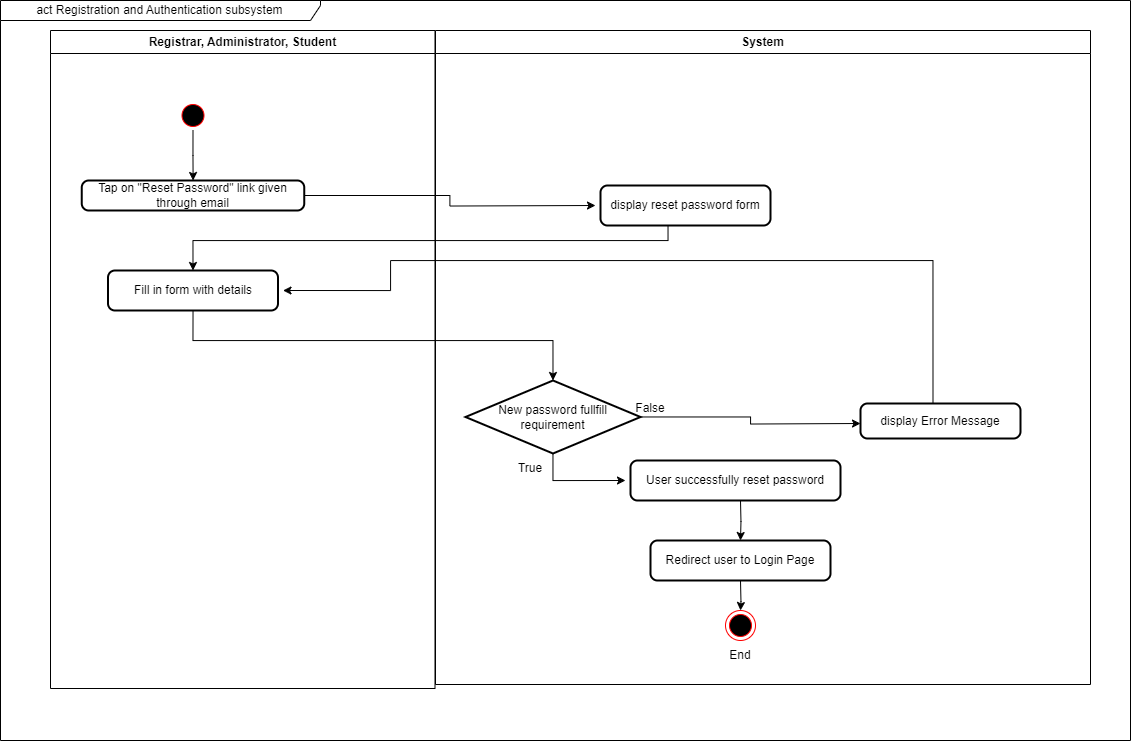
Above: project/drawio/Alpha/ActivityDiagramFileComplaint.drawio.png in drshahizan/software-engineering (draw.io), before the change. Source tidied: cells renumbered, new cells last; positions are measured from the earlier drawing's top-left corner, leaving out a move shared by most shapes.
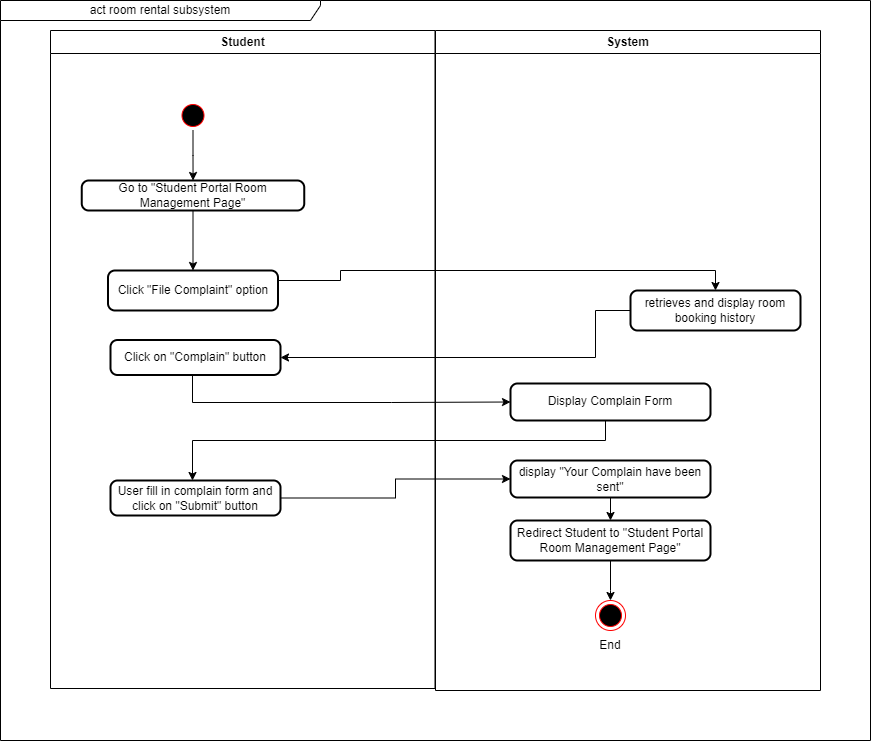
Later version of the same file.

Change to the diagram source:
```diff
@@ -2,112 +2,99 @@
   <root>
     <mxCell id="0" />
     <mxCell id="1" parent="0" />
-    <mxCell id="2" value="Registrar, Administrator, Student" style="swimlane;whiteSpace=wrap;startSize=23;" parent="1" vertex="1">
+    <mxCell id="2" value="Student" style="swimlane;whiteSpace=wrap;startSize=23;" parent="1" vertex="1">
       <mxGeometry x="50" y="30" width="384.5" height="658" as="geometry" />
     </mxCell>
     <mxCell id="3" style="ellipse;shape=startState;fillColor=#000000;strokeColor=#ff0000;" parent="2" vertex="1">
       <mxGeometry x="127.5" y="70" width="30" height="30" as="geometry" />
     </mxCell>
-    <mxCell id="4" style="edgeStyle=orthogonalEdgeStyle;rounded=0;jettySize=auto;html=1;entryX=0.5;entryY=0;entryDx=0;entryDy=0;entryPerimeter=0;" parent="2" edge="1" target="9">
-      <mxGeometry relative="1" as="geometry">
-        <mxPoint x="142.5" y="280" as="sourcePoint" />
-        <Array as="points">
-          <mxPoint x="143" y="310" />
-          <mxPoint x="503" y="310" />
-        </Array>
-      </mxGeometry>
-    </mxCell>
     <mxCell id="5" value="System" style="swimlane;whiteSpace=wrap;" parent="1" vertex="1">
-      <mxGeometry x="435" y="30" width="655" height="654" as="geometry" />
+      <mxGeometry x="435" y="30" width="385" height="660" as="geometry" />
     </mxCell>
     <mxCell id="6" style="ellipse;shape=endState;fillColor=#000000;strokeColor=#ff0000;" parent="5" vertex="1">
-      <mxGeometry x="290" y="580" width="30" height="30" as="geometry" />
+      <mxGeometry x="160" y="570" width="30" height="30" as="geometry" />
     </mxCell>
-    <mxCell id="7" style="edgeStyle=orthogonalEdgeStyle;rounded=0;jettySize=auto;html=1;" parent="5" edge="1" source="9">
-      <mxGeometry relative="1" as="geometry">
-        <mxPoint x="425" y="393" as="targetPoint" />
-      </mxGeometry>
-    </mxCell>
-    <mxCell id="8" style="edgeStyle=orthogonalEdgeStyle;rounded=0;jettySize=auto;html=1;entryX=0;entryY=0.5;entryDx=0;entryDy=0;" parent="5" edge="1" source="9">
-      <mxGeometry relative="1" as="geometry">
-        <mxPoint x="190" y="450" as="targetPoint" />
-        <Array as="points">
-          <mxPoint x="117" y="450" />
-        </Array>
-      </mxGeometry>
-    </mxCell>
-    <mxCell id="9" value="New password fullfill requirement" style="strokeWidth=2;html=1;shape=mxgraph.flowchart.decision;whiteSpace=wrap;" parent="5" vertex="1">
-      <mxGeometry x="30" y="350" width="175" height="73" as="geometry" />
-    </mxCell>
-    <mxCell id="10" style="edgeStyle=orthogonalEdgeStyle;rounded=0;orthogonalLoop=1;jettySize=auto;html=1;" parent="5" edge="1">
-      <mxGeometry relative="1" as="geometry">
-        <mxPoint x="305" y="470" as="sourcePoint" />
-        <mxPoint x="305" y="510" as="targetPoint" />
-      </mxGeometry>
-    </mxCell>
-    <mxCell id="11" value="True" style="text;html=1;strokeColor=none;fillColor=none;align=center;verticalAlign=middle;whiteSpace=wrap;rounded=0;" parent="5" vertex="1">
-      <mxGeometry x="65" y="423" width="60" height="30" as="geometry" />
-    </mxCell>
-    <mxCell id="12" value="False" style="text;html=1;strokeColor=none;fillColor=none;align=center;verticalAlign=middle;whiteSpace=wrap;rounded=0;" parent="5" vertex="1">
-      <mxGeometry x="185" y="363" width="60" height="30" as="geometry" />
-    </mxCell>
-    <mxCell id="13" style="edgeStyle=orthogonalEdgeStyle;rounded=0;jettySize=auto;html=1;" parent="5" edge="1" target="6">
-      <mxGeometry relative="1" as="geometry">
-        <mxPoint x="305" y="550" as="sourcePoint" />
-      </mxGeometry>
-    </mxCell>
     <mxCell id="14" value="End" style="text;html=1;strokeColor=none;fillColor=none;align=center;verticalAlign=middle;whiteSpace=wrap;rounded=0;" parent="5" vertex="1">
-      <mxGeometry x="275" y="610" width="60" height="30" as="geometry" />
+      <mxGeometry x="145" y="600" width="60" height="30" as="geometry" />
     </mxCell>
-    <mxCell id="15" style="edgeStyle=orthogonalEdgeStyle;rounded=0;orthogonalLoop=1;jettySize=auto;html=1;entryX=0.5;entryY=0;entryDx=0;entryDy=0;" parent="1" edge="1">
-      <mxGeometry relative="1" as="geometry">
-        <mxPoint x="667.5" y="220" as="sourcePoint" />
-        <mxPoint x="192.5" y="270" as="targetPoint" />
-        <Array as="points">
-          <mxPoint x="668" y="240" />
-          <mxPoint x="193" y="240" />
-        </Array>
-      </mxGeometry>
-    </mxCell>
-    <mxCell id="16" style="edgeStyle=orthogonalEdgeStyle;rounded=0;jettySize=auto;html=1;" parent="1" edge="1" source="19">
-      <mxGeometry relative="1" as="geometry">
-        <mxPoint x="595" y="205" as="targetPoint" />
-      </mxGeometry>
-    </mxCell>
-    <mxCell id="17" style="edgeStyle=orthogonalEdgeStyle;rounded=0;orthogonalLoop=1;jettySize=auto;html=1;entryX=1;entryY=0.5;entryDx=0;entryDy=0;" parent="1" edge="1">
-      <mxGeometry relative="1" as="geometry">
-        <mxPoint x="932.5" y="408" as="sourcePoint" />
-        <mxPoint x="282.5" y="290" as="targetPoint" />
-        <Array as="points">
-          <mxPoint x="932" y="260" />
-          <mxPoint x="390" y="260" />
-          <mxPoint x="390" y="290" />
-        </Array>
-      </mxGeometry>
-    </mxCell>
-    <mxCell id="18" value="act Registration and Authentication subsystem" style="shape=umlFrame;whiteSpace=wrap;html=1;width=320;height=20;" parent="1" vertex="1">
-      <mxGeometry width="1130" height="740" as="geometry" />
+    <mxCell id="18" value="act room rental subsystem" style="shape=umlFrame;whiteSpace=wrap;html=1;width=320;height=20;" parent="1" vertex="1">
+      <mxGeometry width="870" height="740" as="geometry" />
     </mxCell>
+    <mxCell id="26" style="edgeStyle=orthogonalEdgeStyle;rounded=0;jettySize=auto;html=1;exitX=0.5;exitY=1;exitDx=0;exitDy=0;" parent="1" edge="1" source="19" target="21">
+      <mxGeometry relative="1" as="geometry" />
+    </mxCell>
-    <mxCell id="19" value="Tap on &quot;Reset Password&quot; link given through email" style="rounded=1;whiteSpace=wrap;html=1;absoluteArcSize=1;arcSize=14;strokeWidth=2;" parent="1" vertex="1">
+    <mxCell id="19" value="Go to &quot;Student Portal Room Management Page&quot;" style="rounded=1;whiteSpace=wrap;html=1;absoluteArcSize=1;arcSize=14;strokeWidth=2;" parent="1" vertex="1">
       <mxGeometry x="81.2" y="180" width="222.5" height="30" as="geometry" />
     </mxCell>
     <mxCell id="20" style="edgeStyle=orthogonalEdgeStyle;rounded=0;jettySize=auto;html=1;" parent="1" edge="1" source="3" target="19">
       <mxGeometry relative="1" as="geometry" />
     </mxCell>
+    <mxCell id="27" style="edgeStyle=orthogonalEdgeStyle;rounded=0;jettySize=auto;html=1;exitX=1;exitY=0.25;exitDx=0;exitDy=0;entryX=0.5;entryY=0;entryDx=0;entryDy=0;" parent="1" edge="1" source="21" target="22">
+      <mxGeometry relative="1" as="geometry">
+        <Array as="points">
+          <mxPoint x="340" y="280" />
+          <mxPoint x="340" y="270" />
+          <mxPoint x="715" y="270" />
+        </Array>
+      </mxGeometry>
+    </mxCell>
-    <mxCell id="21" value="Fill in form with details" style="rounded=1;whiteSpace=wrap;html=1;absoluteArcSize=1;arcSize=14;strokeWidth=2;" parent="1" vertex="1">
+    <mxCell id="21" value="Click &quot;File Complaint&quot; option" style="rounded=1;whiteSpace=wrap;html=1;absoluteArcSize=1;arcSize=14;strokeWidth=2;" parent="1" vertex="1">
       <mxGeometry x="107.5" y="270" width="170" height="40" as="geometry" />
     </mxCell>
+    <mxCell id="28" style="edgeStyle=orthogonalEdgeStyle;rounded=0;jettySize=auto;html=1;entryX=1;entryY=0.5;entryDx=0;entryDy=0;" parent="1" edge="1" source="22" target="23">
+      <mxGeometry relative="1" as="geometry">
+        <Array as="points">
+          <mxPoint x="595" y="357" />
+        </Array>
+      </mxGeometry>
+    </mxCell>
-    <mxCell id="22" value="display reset password form" style="rounded=1;whiteSpace=wrap;html=1;absoluteArcSize=1;arcSize=14;strokeWidth=2;" parent="1" vertex="1">
-      <mxGeometry x="600" y="185" width="170" height="40" as="geometry" />
+    <mxCell id="22" value="retrieves and display room booking history" style="rounded=1;whiteSpace=wrap;html=1;absoluteArcSize=1;arcSize=14;strokeWidth=2;" parent="1" vertex="1">
+      <mxGeometry x="630" y="290" width="170" height="40" as="geometry" />
     </mxCell>
+    <mxCell id="29" style="edgeStyle=orthogonalEdgeStyle;rounded=0;jettySize=auto;html=1;entryX=0;entryY=0.5;entryDx=0;entryDy=0;" parent="1" edge="1" source="23" target="24">
+      <mxGeometry relative="1" as="geometry">
+        <Array as="points">
+          <mxPoint x="192" y="402" />
+          <mxPoint x="391" y="402" />
+        </Array>
+      </mxGeometry>
+    </mxCell>
-    <mxCell id="23" value="display Error Message" style="rounded=1;whiteSpace=wrap;html=1;absoluteArcSize=1;arcSize=14;strokeWidth=2;" parent="1" vertex="1">
-      <mxGeometry x="860" y="403" width="160" height="35" as="geometry" />
+    <mxCell id="23" value="Click on &quot;Complain&quot; button" style="rounded=1;whiteSpace=wrap;html=1;absoluteArcSize=1;arcSize=14;strokeWidth=2;" parent="1" vertex="1">
+      <mxGeometry x="110" y="339.5" width="170" height="35" as="geometry" />
     </mxCell>
+    <mxCell id="30" style="edgeStyle=orthogonalEdgeStyle;rounded=0;jettySize=auto;html=1;" parent="1" edge="1" source="24" target="32">
+      <mxGeometry relative="1" as="geometry">
+        <Array as="points">
+          <mxPoint x="605" y="440" />
+          <mxPoint x="192" y="440" />
+        </Array>
+      </mxGeometry>
+    </mxCell>
-    <mxCell id="24" value="User successfully reset password" style="rounded=1;whiteSpace=wrap;html=1;absoluteArcSize=1;arcSize=14;strokeWidth=2;" parent="1" vertex="1">
-      <mxGeometry x="630" y="460" width="210" height="40" as="geometry" />
+    <mxCell id="24" value="Display Complain Form" style="rounded=1;whiteSpace=wrap;html=1;absoluteArcSize=1;arcSize=14;strokeWidth=2;" parent="1" vertex="1">
+      <mxGeometry x="510" y="383" width="200" height="37" as="geometry" />
     </mxCell>
-    <mxCell id="25" value="Redirect user to Login Page" style="rounded=1;whiteSpace=wrap;html=1;absoluteArcSize=1;arcSize=14;strokeWidth=2;" parent="1" vertex="1">
-      <mxGeometry x="650" y="540" width="180" height="40" as="geometry" />
+    <mxCell id="25" value="Redirect Student to &quot;Student Portal Room Management Page&quot;" style="rounded=1;whiteSpace=wrap;html=1;absoluteArcSize=1;arcSize=14;strokeWidth=2;" parent="1" vertex="1">
+      <mxGeometry x="510" y="520" width="200" height="40" as="geometry" />
     </mxCell>
+    <mxCell id="31" style="edgeStyle=orthogonalEdgeStyle;rounded=0;jettySize=auto;html=1;exitX=1;exitY=0.5;exitDx=0;exitDy=0;entryX=0;entryY=0.5;entryDx=0;entryDy=0;" parent="1" edge="1" source="32" target="34">
+      <mxGeometry relative="1" as="geometry" />
+    </mxCell>
+    <mxCell id="32" value="User fill in complain form and click on &quot;Submit&quot; button" style="rounded=1;whiteSpace=wrap;html=1;absoluteArcSize=1;arcSize=14;strokeWidth=2;" parent="1" vertex="1">
+      <mxGeometry x="110" y="480" width="170" height="35" as="geometry" />
+    </mxCell>
+    <mxCell id="33" style="edgeStyle=orthogonalEdgeStyle;rounded=0;jettySize=auto;html=1;entryX=0.5;entryY=0;entryDx=0;entryDy=0;" parent="1" edge="1" source="34" target="25">
+      <mxGeometry relative="1" as="geometry" />
+    </mxCell>
+    <mxCell id="34" value="display &quot;Your Complain have been sent&quot;" style="rounded=1;whiteSpace=wrap;html=1;absoluteArcSize=1;arcSize=14;strokeWidth=2;" parent="1" vertex="1">
+      <mxGeometry x="510" y="460" width="200" height="37" as="geometry" />
+    </mxCell>
+    <mxCell id="13" style="edgeStyle=orthogonalEdgeStyle;rounded=0;jettySize=auto;html=1;exitX=0.5;exitY=1;exitDx=0;exitDy=0;" parent="1" edge="1" source="25" target="6">
+      <mxGeometry relative="1" as="geometry">
+        <Array as="points">
+          <mxPoint x="610" y="590" />
+          <mxPoint x="610" y="590" />
+        </Array>
+      </mxGeometry>
+    </mxCell>
   </root>
 </mxGraphModel>
```
